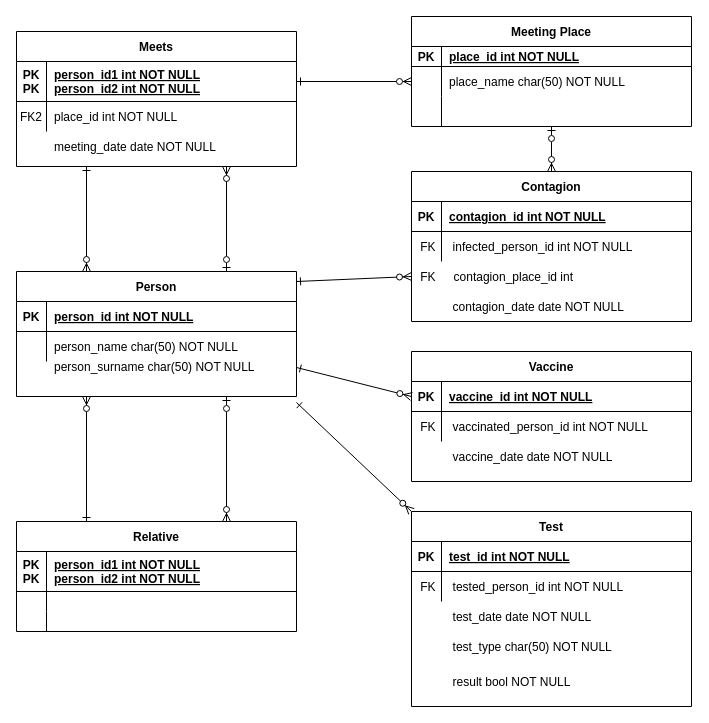
bohbohb/COVID-19-Neo4j keeps this draw.io diagram as relational_model_covid_diagram.drawio. Above is the earlier version. Source tidied: cells renumbered, new cells numbered last; positions are measured from the earlier drawing's top-left corner, leaving out a move shared by most shapes. Both pictures are drawn from the tidied source at 100%, with x=0, y=0 at pixel (16, 16).
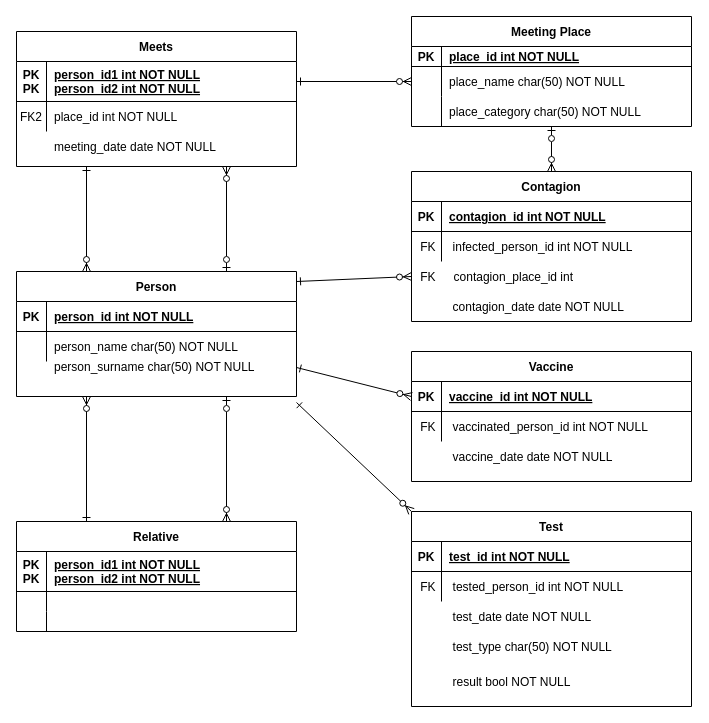
After the change.

Commit message (it also covers changes not shown here):
Added loading queries; modified drawio'

The change refers to these unchanged cells:
```xml
<mxCell id="18" style="shape=partialRectangle;fillColor=none;points=[[0,0.5],[1,0.5]];portConstraint=eastwest;top=0;left=0;right=0;bottom=0;" parent="11" vertex="1">
  <mxGeometry y="80" width="280" height="30" as="geometry" />
</mxCell>
```

Diff of the diagram source:
```diff
@@
-    <mxCell id="20" style="shape=partialRectangle;overflow=hidden;fillColor=none;top=0;left=0;bottom=0;right=0;align=left;spacingLeft=6;" parent="18" vertex="1">
+    <mxCell id="20" value="place_category char(50) NOT NULL" style="shape=partialRectangle;overflow=hidden;fillColor=none;top=0;left=0;bottom=0;right=0;align=left;spacingLeft=6;" parent="18" vertex="1">
       <mxGeometry x="30" width="250" height="30" as="geometry" />
     </mxCell>
```
